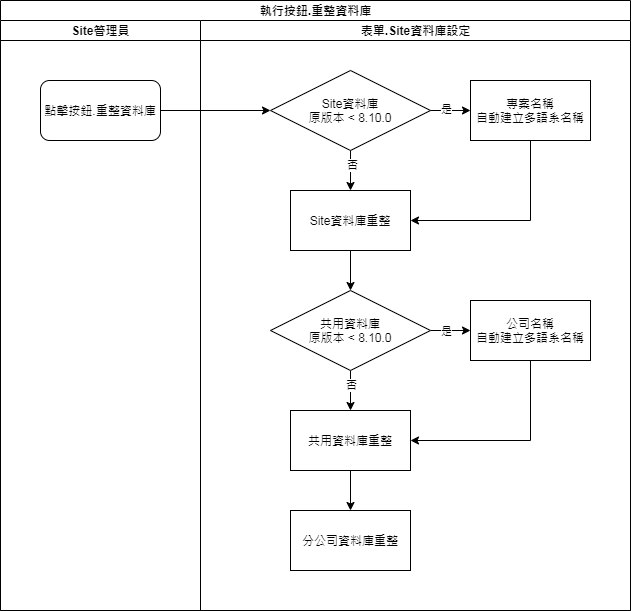
This is 8.10.0/UPDATE/ITEM_3/RTE/attachment/SiteDatabaseSet_RefreshDB.png from ArcareRD/sadocs, a draw.io export, as it was before one commit. Source tidied: cells renumbered, new cells last; positions are measured from the earlier drawing's top-left corner, leaving out a move shared by most shapes.
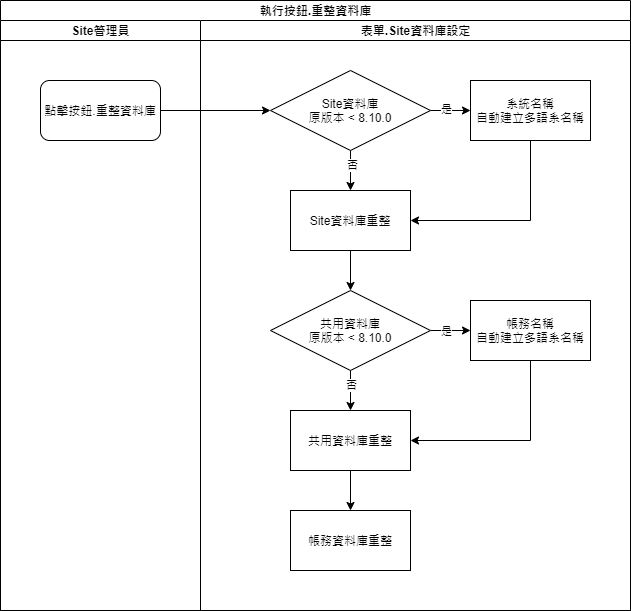
The same file after the commit.

Diff of the diagram source:
```diff
@@ -65,16 +65,16 @@
     <mxCell id="22" value="共用資料庫重整" style="rounded=0;whiteSpace=wrap;html=1;" parent="6" vertex="1">
       <mxGeometry x="90" y="390" width="120" height="60" as="geometry" />
     </mxCell>
-    <mxCell id="23" value="分公司資料庫重整" style="rounded=0;whiteSpace=wrap;html=1;" parent="6" vertex="1">
+    <mxCell id="23" value="帳務資料庫重整" style="rounded=0;whiteSpace=wrap;html=1;" parent="6" vertex="1">
       <mxGeometry x="90" y="490" width="120" height="60" as="geometry" />
     </mxCell>
     <mxCell id="24" style="edgeStyle=orthogonalEdgeStyle;rounded=0;jettySize=auto;html=1;exitX=0.5;exitY=1;exitDx=0;exitDy=0;entryX=1;entryY=0.5;entryDx=0;entryDy=0;" parent="6" edge="1" source="25" target="22">
       <mxGeometry relative="1" as="geometry" />
     </mxCell>
-    <mxCell id="25" value="&lt;span&gt;公司名稱&lt;/span&gt;&lt;br&gt;&lt;span&gt;自動建立多語系名稱&lt;/span&gt;" style="rounded=0;whiteSpace=wrap;html=1;" parent="6" vertex="1">
+    <mxCell id="25" value="&lt;span&gt;帳務名稱&lt;/span&gt;&lt;br&gt;&lt;span&gt;自動建立多語系名稱&lt;/span&gt;" style="rounded=0;whiteSpace=wrap;html=1;" parent="6" vertex="1">
       <mxGeometry x="270" y="280" width="120" height="60" as="geometry" />
     </mxCell>
-    <mxCell id="26" value="&lt;span&gt;專案名稱&lt;/span&gt;&lt;br&gt;&lt;span&gt;自動建立多語系名稱&lt;/span&gt;" style="rounded=0;whiteSpace=wrap;html=1;" parent="6" vertex="1">
+    <mxCell id="26" value="&lt;span&gt;系統名稱&lt;/span&gt;&lt;br&gt;&lt;span&gt;自動建立多語系名稱&lt;/span&gt;" style="rounded=0;whiteSpace=wrap;html=1;" parent="6" vertex="1">
       <mxGeometry x="270" y="60" width="120" height="60" as="geometry" />
     </mxCell>
   </root>
```
